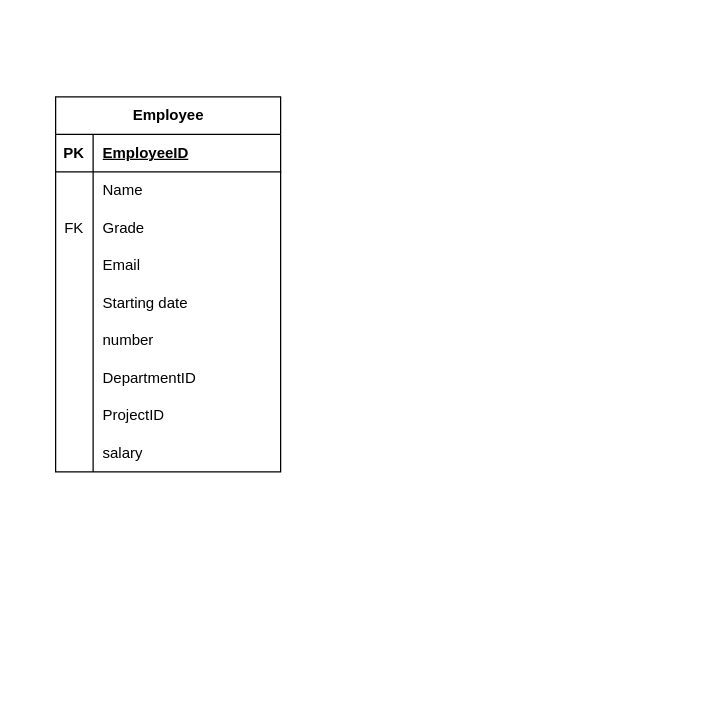
This is NF_1.drawio from bulkhukou/redesigned-octo-broccoli, a draw.io file, before an edit. Source tidied: cells renumbered, new cells numbered last; positions are measured from the earlier drawing's top-left corner, leaving out a move shared by most shapes. Both pictures are drawn from the tidied source at 125%, with x=0, y=0 at pixel (55, 96).
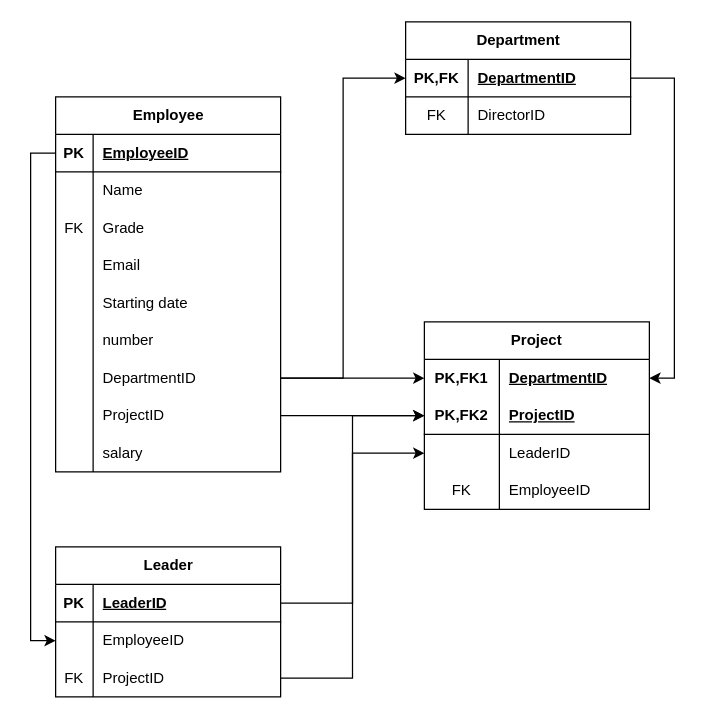
The same page after the edit.

The change refers to these unchanged cells:
```xml
<mxCell id="3" style="shape=tableRow;horizontal=0;startSize=0;swimlaneHead=0;swimlaneBody=0;fillColor=none;points=[[0,0.5],[1,0.5]];portConstraint=eastwest;top=0;left=0;right=0;bottom=1;" parent="2" vertex="1">
  <mxGeometry y="30" width="180" height="30" as="geometry" />
</mxCell>
<mxCell id="21" style="shape=tableRow;horizontal=0;startSize=0;swimlaneHead=0;swimlaneBody=0;fillColor=none;points=[[0,0.5],[1,0.5]];portConstraint=eastwest;top=0;left=0;right=0;bottom=0;" parent="2" vertex="1">
  <mxGeometry y="210" width="180" height="30" as="geometry" />
</mxCell>
<mxCell id="24" style="shape=tableRow;horizontal=0;startSize=0;swimlaneHead=0;swimlaneBody=0;fillColor=none;points=[[0,0.5],[1,0.5]];portConstraint=eastwest;top=0;left=0;right=0;bottom=0;" parent="2" vertex="1">
  <mxGeometry y="240" width="180" height="30" as="geometry" />
</mxCell>
```

What changed in the source:
```diff
@@
+    <mxCell id="30" value="Department" style="shape=table;startSize=30;childLayout=tableLayout;rowLines=0;fontStyle=1;align=center;html=1;" parent="1" vertex="1">
+      <mxGeometry x="280" y="-60" width="180" height="90" as="geometry" />
+    </mxCell>
+    <mxCell id="31" style="shape=tableRow;horizontal=0;startSize=0;swimlaneHead=0;swimlaneBody=0;fillColor=none;points=[[0,0.5],[1,0.5]];portConstraint=eastwest;top=0;left=0;right=0;bottom=1;" parent="30" vertex="1">
+      <mxGeometry y="30" width="180" height="30" as="geometry" />
+    </mxCell>
+    <mxCell id="32" value="PK,FK" style="shape=partialRectangle;fillColor=none;top=0;left=0;bottom=0;right=0;fontStyle=1;overflow=hidden;whiteSpace=wrap;html=1;" parent="31" vertex="1">
+      <mxGeometry width="50" height="30" as="geometry" />
+    </mxCell>
+    <mxCell id="33" value="DepartmentID" style="shape=partialRectangle;fillColor=none;top=0;left=0;bottom=0;right=0;align=left;spacingLeft=6;fontStyle=5;overflow=hidden;whiteSpace=wrap;html=1;" parent="31" vertex="1">
+      <mxGeometry x="50" width="130" height="30" as="geometry" />
+    </mxCell>
+    <mxCell id="34" style="shape=tableRow;horizontal=0;startSize=0;swimlaneHead=0;swimlaneBody=0;fillColor=none;top=0;left=0;right=0;bottom=0;" parent="30" vertex="1">
+      <mxGeometry y="60" width="180" height="30" as="geometry" />
+    </mxCell>
+    <mxCell id="35" value="FK" style="shape=partialRectangle;fillColor=none;top=0;left=0;bottom=0;right=0;overflow=hidden;whiteSpace=wrap;html=1;" parent="34" vertex="1">
+      <mxGeometry width="50" height="30" as="geometry" />
+    </mxCell>
+    <mxCell id="36" value="DirectorID" style="shape=partialRectangle;fillColor=none;top=0;left=0;bottom=0;right=0;align=left;spacingLeft=6;overflow=hidden;whiteSpace=wrap;html=1;" parent="34" vertex="1">
+      <mxGeometry x="50" width="130" height="30" as="geometry" />
+    </mxCell>
+    <mxCell id="37" style="edgeStyle=orthogonalEdgeStyle;rounded=0;jettySize=auto;html=1;exitX=1;exitY=0.5;exitDx=0;exitDy=0;entryX=0;entryY=0.5;entryDx=0;entryDy=0;" parent="1" edge="1" source="21" target="31">
+      <mxGeometry relative="1" as="geometry" />
+    </mxCell>
+    <mxCell id="38" value="Project" style="shape=table;startSize=30;childLayout=tableLayout;rowLines=0;fontStyle=1;align=center;html=1;whiteSpace=wrap;" parent="1" vertex="1">
+      <mxGeometry x="295" y="180" width="180" height="150" as="geometry" />
+    </mxCell>
+    <mxCell id="39" style="shape=tableRow;horizontal=0;startSize=0;swimlaneHead=0;swimlaneBody=0;fillColor=none;points=[[0,0.5],[1,0.5]];portConstraint=eastwest;top=0;left=0;right=0;bottom=0;html=1;" parent="38" vertex="1">
+      <mxGeometry y="30" width="180" height="30" as="geometry" />
+    </mxCell>
+    <mxCell id="40" value="PK,FK1" style="shape=partialRectangle;fillColor=none;top=0;left=0;bottom=0;right=0;fontStyle=1;overflow=hidden;html=1;whiteSpace=wrap;" parent="39" vertex="1">
+      <mxGeometry width="60" height="30" as="geometry" />
+    </mxCell>
+    <mxCell id="41" value="DepartmentID" style="shape=partialRectangle;fillColor=none;top=0;left=0;bottom=0;right=0;align=left;spacingLeft=6;fontStyle=5;overflow=hidden;html=1;whiteSpace=wrap;" parent="39" vertex="1">
+      <mxGeometry x="60" width="120" height="30" as="geometry" />
+    </mxCell>
+    <mxCell id="42" style="shape=tableRow;horizontal=0;startSize=0;swimlaneHead=0;swimlaneBody=0;fillColor=none;points=[[0,0.5],[1,0.5]];portConstraint=eastwest;top=0;left=0;right=0;bottom=1;html=1;" parent="38" vertex="1">
+      <mxGeometry y="60" width="180" height="30" as="geometry" />
+    </mxCell>
+    <mxCell id="43" value="PK,FK2" style="shape=partialRectangle;fillColor=none;top=0;left=0;bottom=0;right=0;fontStyle=1;overflow=hidden;html=1;whiteSpace=wrap;" parent="42" vertex="1">
+      <mxGeometry width="60" height="30" as="geometry" />
+    </mxCell>
+    <mxCell id="44" value="ProjectID" style="shape=partialRectangle;fillColor=none;top=0;left=0;bottom=0;right=0;align=left;spacingLeft=6;fontStyle=5;overflow=hidden;html=1;whiteSpace=wrap;" parent="42" vertex="1">
+      <mxGeometry x="60" width="120" height="30" as="geometry" />
+    </mxCell>
+    <mxCell id="45" style="shape=tableRow;horizontal=0;startSize=0;swimlaneHead=0;swimlaneBody=0;fillColor=none;points=[[0,0.5],[1,0.5]];portConstraint=eastwest;top=0;left=0;right=0;bottom=0;html=1;" parent="38" vertex="1">
+      <mxGeometry y="90" width="180" height="30" as="geometry" />
+    </mxCell>
+    <mxCell id="46" style="shape=partialRectangle;fillColor=none;top=0;left=0;bottom=0;right=0;overflow=hidden;html=1;whiteSpace=wrap;" parent="45" vertex="1">
+      <mxGeometry width="60" height="30" as="geometry" />
+    </mxCell>
+    <mxCell id="47" value="LeaderID" style="shape=partialRectangle;fillColor=none;top=0;left=0;bottom=0;right=0;align=left;spacingLeft=6;overflow=hidden;html=1;whiteSpace=wrap;" parent="45" vertex="1">
+      <mxGeometry x="60" width="120" height="30" as="geometry" />
+    </mxCell>
+    <mxCell id="48" style="shape=tableRow;horizontal=0;startSize=0;swimlaneHead=0;swimlaneBody=0;fillColor=none;top=0;left=0;right=0;bottom=0;html=1;" parent="38" vertex="1">
+      <mxGeometry y="120" width="180" height="30" as="geometry" />
+    </mxCell>
+    <mxCell id="49" value="FK" style="shape=partialRectangle;fillColor=none;top=0;left=0;bottom=0;right=0;overflow=hidden;html=1;whiteSpace=wrap;" parent="48" vertex="1">
+      <mxGeometry width="60" height="30" as="geometry" />
+    </mxCell>
+    <mxCell id="50" value="EmployeeID" style="shape=partialRectangle;fillColor=none;top=0;left=0;bottom=0;right=0;align=left;spacingLeft=6;overflow=hidden;html=1;whiteSpace=wrap;" parent="48" vertex="1">
+      <mxGeometry x="60" width="120" height="30" as="geometry" />
+    </mxCell>
+    <mxCell id="51" style="edgeStyle=orthogonalEdgeStyle;rounded=0;jettySize=auto;html=1;entryX=1;entryY=0.5;entryDx=0;entryDy=0;" parent="1" edge="1" source="31" target="39">
+      <mxGeometry relative="1" as="geometry" />
+    </mxCell>
+    <mxCell id="52" style="edgeStyle=orthogonalEdgeStyle;rounded=0;jettySize=auto;html=1;" parent="1" edge="1" source="21" target="39">
+      <mxGeometry relative="1" as="geometry" />
+    </mxCell>
+    <mxCell id="53" style="edgeStyle=orthogonalEdgeStyle;rounded=0;jettySize=auto;html=1;entryX=0;entryY=0.5;entryDx=0;entryDy=0;" parent="1" edge="1" source="24" target="38">
+      <mxGeometry relative="1" as="geometry" />
+    </mxCell>
+    <mxCell id="54" value="Leader" style="shape=table;startSize=30;childLayout=tableLayout;rowLines=0;fontStyle=1;align=center;html=1;" parent="1" vertex="1">
+      <mxGeometry y="360" width="180" height="120" as="geometry" />
+    </mxCell>
+    <mxCell id="55" style="shape=tableRow;horizontal=0;startSize=0;swimlaneHead=0;swimlaneBody=0;fillColor=none;points=[[0,0.5],[1,0.5]];portConstraint=eastwest;top=0;left=0;right=0;bottom=1;" parent="54" vertex="1">
+      <mxGeometry y="30" width="180" height="30" as="geometry" />
+    </mxCell>
+    <mxCell id="56" value="PK" style="shape=partialRectangle;fillColor=none;top=0;left=0;bottom=0;right=0;fontStyle=1;overflow=hidden;whiteSpace=wrap;html=1;" parent="55" vertex="1">
+      <mxGeometry width="30" height="30" as="geometry" />
+    </mxCell>
+    <mxCell id="57" value="LeaderID" style="shape=partialRectangle;fillColor=none;top=0;left=0;bottom=0;right=0;align=left;spacingLeft=6;fontStyle=5;overflow=hidden;whiteSpace=wrap;html=1;" parent="55" vertex="1">
+      <mxGeometry x="30" width="150" height="30" as="geometry" />
+    </mxCell>
+    <mxCell id="58" style="shape=tableRow;horizontal=0;startSize=0;swimlaneHead=0;swimlaneBody=0;fillColor=none;points=[[0,0.5],[1,0.5]];portConstraint=eastwest;top=0;left=0;right=0;bottom=0;" parent="54" vertex="1">
+      <mxGeometry y="60" width="180" height="30" as="geometry" />
+    </mxCell>
+    <mxCell id="59" style="shape=partialRectangle;fillColor=none;top=0;left=0;bottom=0;right=0;overflow=hidden;whiteSpace=wrap;html=1;" parent="58" vertex="1">
+      <mxGeometry width="30" height="30" as="geometry" />
+    </mxCell>
+    <mxCell id="60" value="EmployeeID" style="shape=partialRectangle;fillColor=none;top=0;left=0;bottom=0;right=0;align=left;spacingLeft=6;overflow=hidden;whiteSpace=wrap;html=1;" parent="58" vertex="1">
+      <mxGeometry x="30" width="150" height="30" as="geometry" />
+    </mxCell>
+    <mxCell id="61" style="shape=tableRow;horizontal=0;startSize=0;swimlaneHead=0;swimlaneBody=0;fillColor=none;points=[[0,0.5],[1,0.5]];portConstraint=eastwest;top=0;left=0;right=0;bottom=0;" parent="54" vertex="1">
+      <mxGeometry y="90" width="180" height="30" as="geometry" />
+    </mxCell>
+    <mxCell id="62" value="FK" style="shape=partialRectangle;fillColor=none;top=0;left=0;bottom=0;right=0;overflow=hidden;whiteSpace=wrap;html=1;" parent="61" vertex="1">
+      <mxGeometry width="30" height="30" as="geometry" />
+    </mxCell>
+    <mxCell id="63" value="ProjectID" style="shape=partialRectangle;fillColor=none;top=0;left=0;bottom=0;right=0;align=left;spacingLeft=6;overflow=hidden;whiteSpace=wrap;html=1;" parent="61" vertex="1">
+      <mxGeometry x="30" width="150" height="30" as="geometry" />
+    </mxCell>
+    <mxCell id="64" style="edgeStyle=orthogonalEdgeStyle;rounded=0;jettySize=auto;html=1;entryX=0;entryY=0.5;entryDx=0;entryDy=0;" parent="1" edge="1" source="55" target="45">
+      <mxGeometry relative="1" as="geometry" />
+    </mxCell>
+    <mxCell id="65" style="edgeStyle=orthogonalEdgeStyle;rounded=0;jettySize=auto;html=1;entryX=0;entryY=0.5;entryDx=0;entryDy=0;" parent="1" edge="1" source="61" target="42">
+      <mxGeometry relative="1" as="geometry" />
+    </mxCell>
+    <mxCell id="66" style="edgeStyle=orthogonalEdgeStyle;rounded=0;jettySize=auto;html=1;entryX=0;entryY=0.5;entryDx=0;entryDy=0;" parent="1" edge="1" source="3" target="58">
+      <mxGeometry relative="1" as="geometry" />
+    </mxCell>
```
